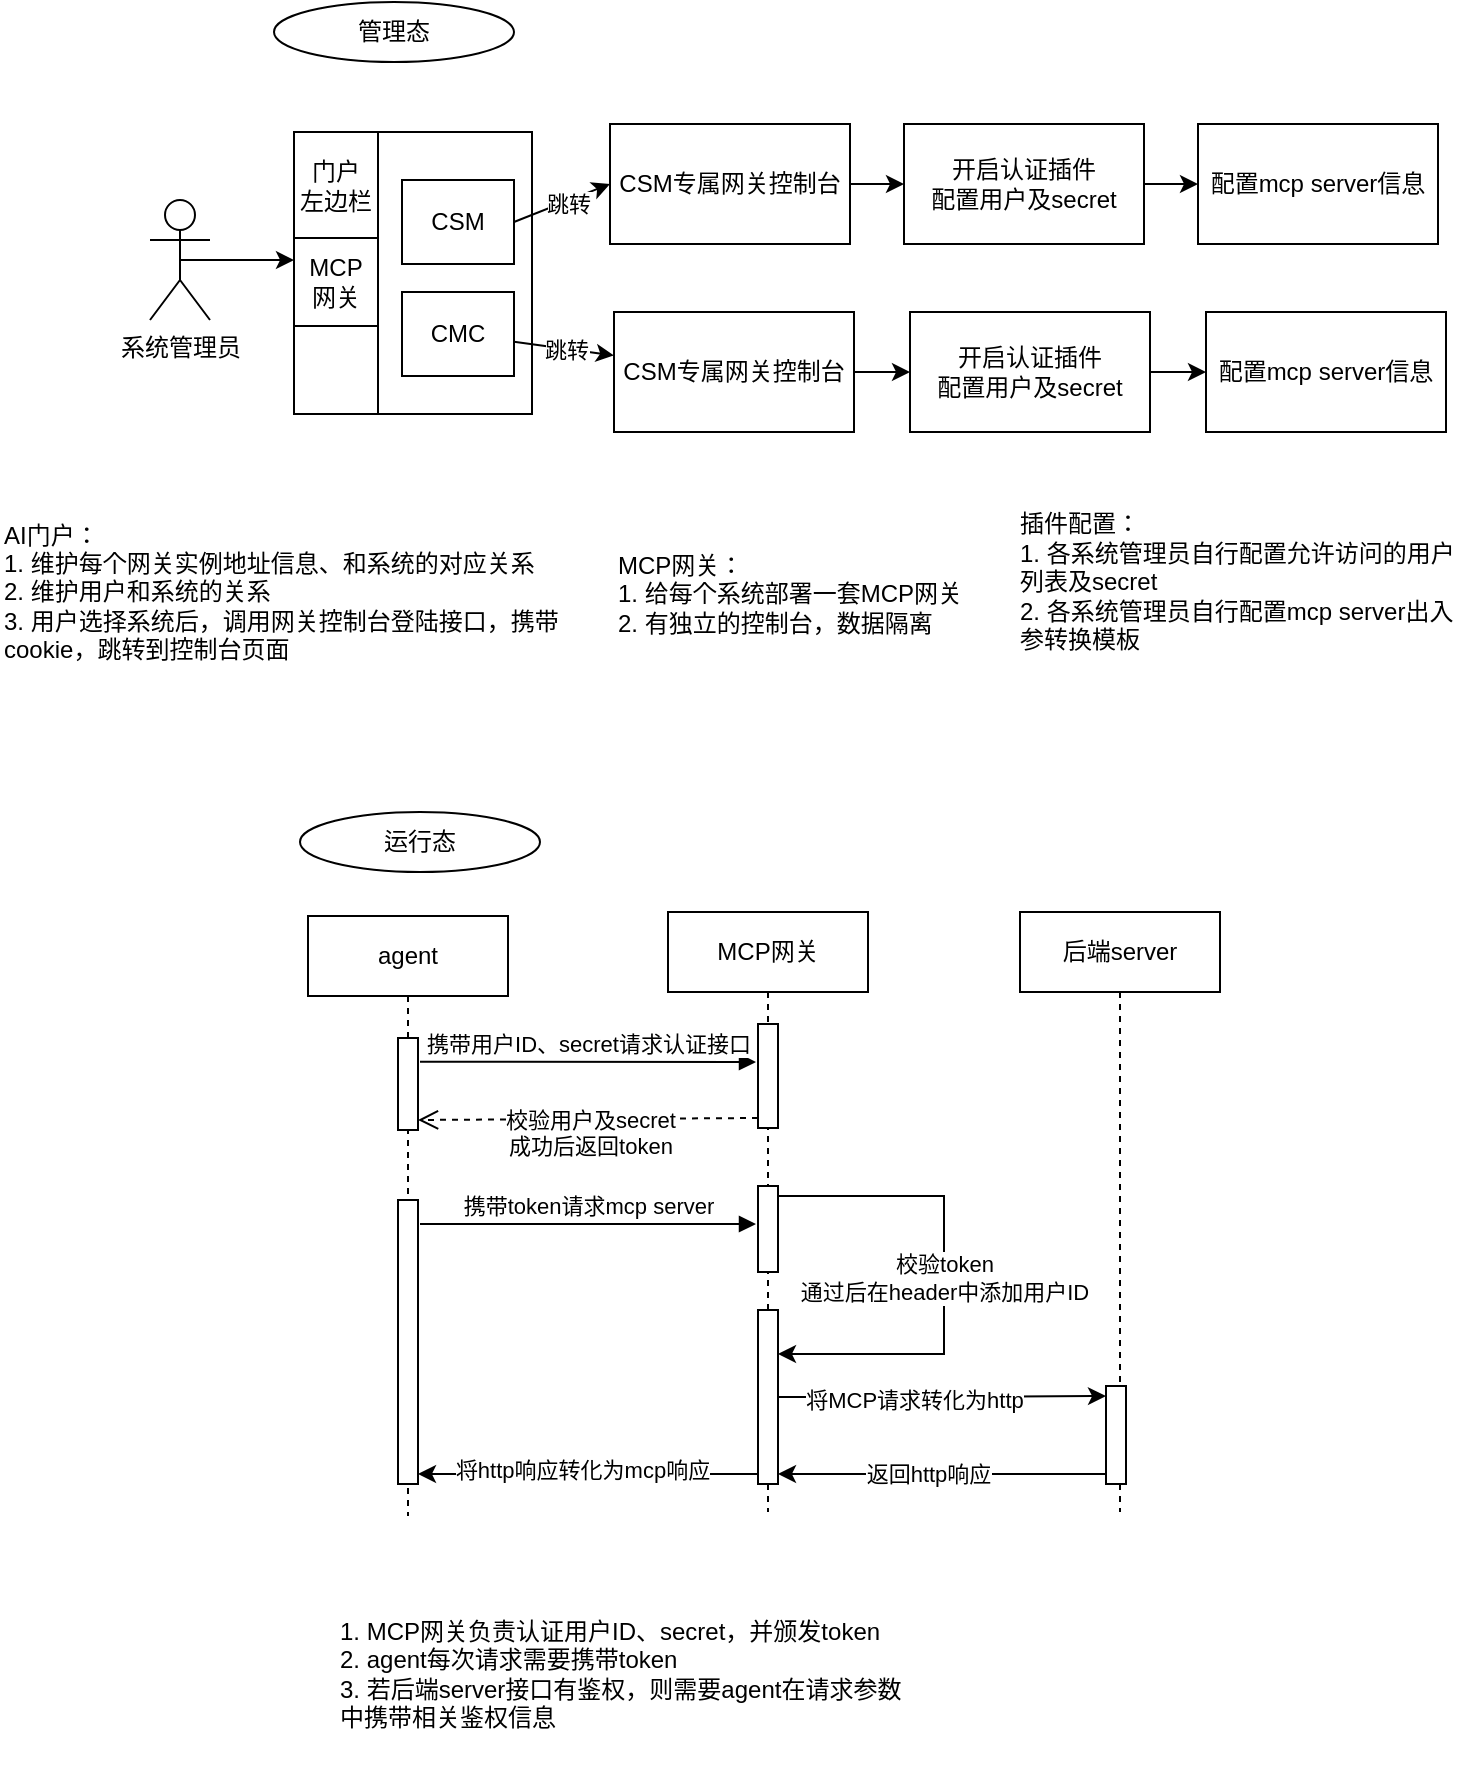
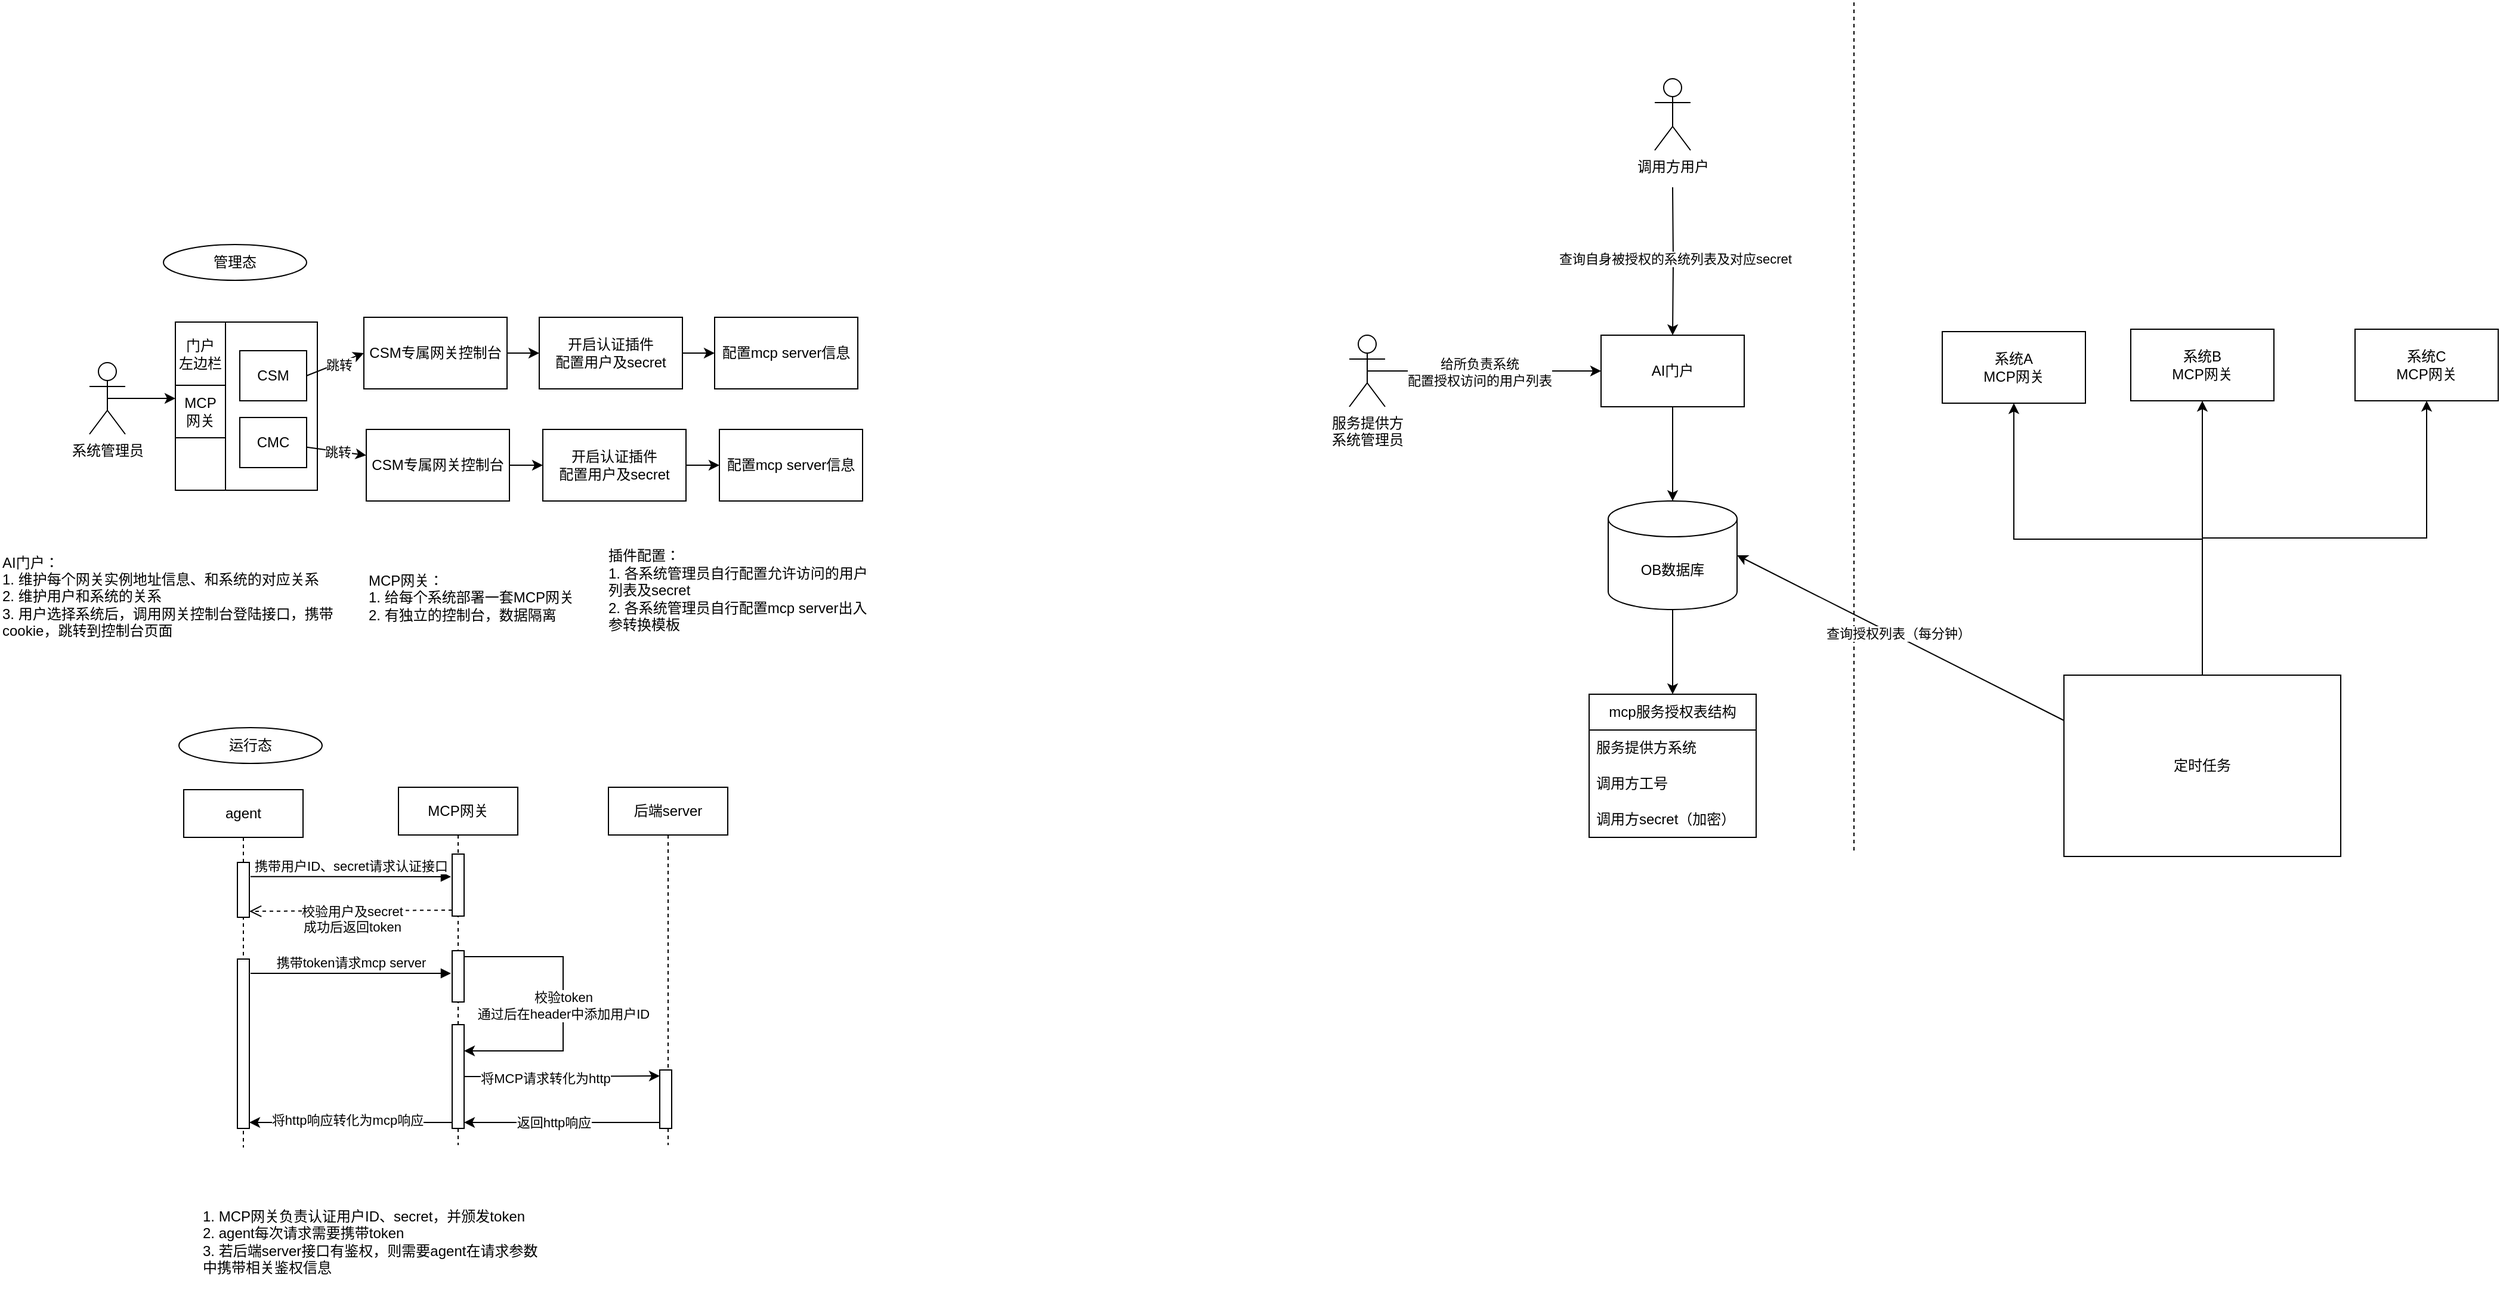
<mxfile host="app.diagrams.net">
  <diagram name="第 1 页" id="v2hsfRa7gXxFo1c_jMZc">
-     <mxGraphModel dx="1334" dy="610" grid="0" gridSize="10" guides="1" tooltips="1" connect="1" arrows="1" fold="1" page="0" pageScale="1" pageWidth="827" pageHeight="1169" math="0" shadow="0">
+     <mxGraphModel dx="1645" dy="1213" grid="0" gridSize="10" guides="1" tooltips="1" connect="1" arrows="1" fold="1" page="0" pageScale="1" pageWidth="827" pageHeight="1169" math="0" shadow="0">
      <root>
        <mxCell id="0" />
        <mxCell id="1" parent="0" />
        <mxCell id="Vr7ZYQnQsq7QcT0ujrnK-1" parent="1" style="rounded=0;whiteSpace=wrap;html=1;" value="" vertex="1">
          <mxGeometry height="141" width="119" x="58" y="104" as="geometry" />
        </mxCell>
        <mxCell id="Vr7ZYQnQsq7QcT0ujrnK-2" parent="1" style="rounded=0;whiteSpace=wrap;html=1;" value="" vertex="1">
          <mxGeometry height="141" width="42" x="58" y="104" as="geometry" />
        </mxCell>
        <mxCell id="Vr7ZYQnQsq7QcT0ujrnK-4" parent="1" style="rounded=0;whiteSpace=wrap;html=1;" value="MCP&lt;div&gt;网关&lt;/div&gt;" vertex="1">
          <mxGeometry height="44" width="42" x="58" y="157" as="geometry" />
        </mxCell>
        <mxCell id="Vr7ZYQnQsq7QcT0ujrnK-5" parent="1" style="rounded=0;whiteSpace=wrap;html=1;" value="门户&lt;div&gt;左边栏&lt;/div&gt;" vertex="1">
          <mxGeometry height="53" width="42" x="58" y="104" as="geometry" />
        </mxCell>
        <mxCell id="Vr7ZYQnQsq7QcT0ujrnK-9" edge="1" parent="1" source="Vr7ZYQnQsq7QcT0ujrnK-6" style="rounded=0;orthogonalLoop=1;jettySize=auto;html=1;exitX=1;exitY=0.5;exitDx=0;exitDy=0;entryX=0;entryY=0.5;entryDx=0;entryDy=0;" target="Vr7ZYQnQsq7QcT0ujrnK-8">
          <mxGeometry relative="1" as="geometry" />
        </mxCell>
        <mxCell id="Vr7ZYQnQsq7QcT0ujrnK-12" connectable="0" parent="Vr7ZYQnQsq7QcT0ujrnK-9" style="edgeLabel;html=1;align=center;verticalAlign=middle;resizable=0;points=[];" value="跳转" vertex="1">
          <mxGeometry relative="1" x="0.0797" y="-1" as="geometry">
            <mxPoint as="offset" />
          </mxGeometry>
        </mxCell>
        <mxCell id="Vr7ZYQnQsq7QcT0ujrnK-6" parent="1" style="rounded=0;whiteSpace=wrap;html=1;" value="CSM" vertex="1">
          <mxGeometry height="42" width="56" x="112" y="128" as="geometry" />
        </mxCell>
        <mxCell id="Vr7ZYQnQsq7QcT0ujrnK-11" edge="1" parent="1" source="Vr7ZYQnQsq7QcT0ujrnK-7" style="rounded=0;orthogonalLoop=1;jettySize=auto;html=1;" target="Vr7ZYQnQsq7QcT0ujrnK-10" value="">
          <mxGeometry relative="1" as="geometry" />
        </mxCell>
        <mxCell id="Vr7ZYQnQsq7QcT0ujrnK-13" connectable="0" parent="Vr7ZYQnQsq7QcT0ujrnK-11" style="edgeLabel;html=1;align=center;verticalAlign=middle;resizable=0;points=[];" value="跳转" vertex="1">
          <mxGeometry relative="1" x="0.0168" as="geometry">
            <mxPoint as="offset" />
          </mxGeometry>
        </mxCell>
        <mxCell id="Vr7ZYQnQsq7QcT0ujrnK-7" parent="1" style="rounded=0;whiteSpace=wrap;html=1;" value="CMC" vertex="1">
          <mxGeometry height="42" width="56" x="112" y="184" as="geometry" />
        </mxCell>
        <mxCell id="Vr7ZYQnQsq7QcT0ujrnK-15" edge="1" parent="1" source="Vr7ZYQnQsq7QcT0ujrnK-8" style="edgeStyle=orthogonalEdgeStyle;rounded=0;orthogonalLoop=1;jettySize=auto;html=1;" target="Vr7ZYQnQsq7QcT0ujrnK-14" value="">
          <mxGeometry relative="1" as="geometry" />
        </mxCell>
        <mxCell id="Vr7ZYQnQsq7QcT0ujrnK-8" parent="1" style="rounded=0;whiteSpace=wrap;html=1;" value="CSM专属网关控制台" vertex="1">
          <mxGeometry height="60" width="120" x="216" y="100" as="geometry" />
        </mxCell>
        <mxCell id="Vr7ZYQnQsq7QcT0ujrnK-17" edge="1" parent="1" source="Vr7ZYQnQsq7QcT0ujrnK-10" style="edgeStyle=orthogonalEdgeStyle;rounded=0;orthogonalLoop=1;jettySize=auto;html=1;" target="Vr7ZYQnQsq7QcT0ujrnK-16" value="">
          <mxGeometry relative="1" as="geometry" />
        </mxCell>
        <mxCell id="Vr7ZYQnQsq7QcT0ujrnK-10" parent="1" style="rounded=0;whiteSpace=wrap;html=1;" value="CSM专属网关控制台" vertex="1">
          <mxGeometry height="60" width="120" x="218" y="194" as="geometry" />
        </mxCell>
        <mxCell id="Vr7ZYQnQsq7QcT0ujrnK-43" edge="1" parent="1" source="Vr7ZYQnQsq7QcT0ujrnK-14" style="edgeStyle=orthogonalEdgeStyle;rounded=0;orthogonalLoop=1;jettySize=auto;html=1;" target="Vr7ZYQnQsq7QcT0ujrnK-42" value="">
          <mxGeometry relative="1" as="geometry" />
        </mxCell>
        <mxCell id="Vr7ZYQnQsq7QcT0ujrnK-14" parent="1" style="rounded=0;whiteSpace=wrap;html=1;" value="开启认证插件&lt;div&gt;配置用户及secret&lt;/div&gt;" vertex="1">
          <mxGeometry height="60" width="120" x="363" y="100" as="geometry" />
        </mxCell>
        <mxCell id="Vr7ZYQnQsq7QcT0ujrnK-45" edge="1" parent="1" source="Vr7ZYQnQsq7QcT0ujrnK-16" style="edgeStyle=orthogonalEdgeStyle;rounded=0;orthogonalLoop=1;jettySize=auto;html=1;" target="Vr7ZYQnQsq7QcT0ujrnK-44" value="">
          <mxGeometry relative="1" as="geometry" />
        </mxCell>
        <mxCell id="Vr7ZYQnQsq7QcT0ujrnK-16" parent="1" style="rounded=0;whiteSpace=wrap;html=1;" value="开启认证插件&lt;div&gt;配置用户及secret&lt;/div&gt;" vertex="1">
          <mxGeometry height="60" width="120" x="366" y="194" as="geometry" />
        </mxCell>
        <mxCell id="Vr7ZYQnQsq7QcT0ujrnK-18" parent="1" style="ellipse;whiteSpace=wrap;html=1;" value="管理态" vertex="1">
          <mxGeometry height="30" width="120" x="48" y="39" as="geometry" />
        </mxCell>
        <mxCell id="Vr7ZYQnQsq7QcT0ujrnK-19" parent="1" style="ellipse;whiteSpace=wrap;html=1;" value="运行态" vertex="1">
          <mxGeometry height="30" width="120" x="61" y="444" as="geometry" />
        </mxCell>
        <mxCell id="Vr7ZYQnQsq7QcT0ujrnK-20" parent="1" style="shape=umlLifeline;perimeter=lifelinePerimeter;whiteSpace=wrap;html=1;container=1;dropTarget=0;collapsible=0;recursiveResize=0;outlineConnect=0;portConstraint=eastwest;newEdgeStyle={&quot;curved&quot;:0,&quot;rounded&quot;:0};" value="agent" vertex="1">
          <mxGeometry height="300" width="100" x="65" y="496" as="geometry" />
        </mxCell>
        <mxCell id="Vr7ZYQnQsq7QcT0ujrnK-26" parent="Vr7ZYQnQsq7QcT0ujrnK-20" style="html=1;points=[[0,0,0,0,5],[0,1,0,0,-5],[1,0,0,0,5],[1,1,0,0,-5]];perimeter=orthogonalPerimeter;outlineConnect=0;targetShapes=umlLifeline;portConstraint=eastwest;newEdgeStyle={&quot;curved&quot;:0,&quot;rounded&quot;:0};" value="" vertex="1">
          <mxGeometry height="46" width="10" x="45" y="61" as="geometry" />
        </mxCell>
        <mxCell id="Vr7ZYQnQsq7QcT0ujrnK-21" parent="1" style="shape=umlLifeline;perimeter=lifelinePerimeter;whiteSpace=wrap;html=1;container=1;dropTarget=0;collapsible=0;recursiveResize=0;outlineConnect=0;portConstraint=eastwest;newEdgeStyle={&quot;curved&quot;:0,&quot;rounded&quot;:0};" value="MCP网关" vertex="1">
          <mxGeometry height="300" width="100" x="245" y="494" as="geometry" />
        </mxCell>
        <mxCell id="Vr7ZYQnQsq7QcT0ujrnK-23" parent="Vr7ZYQnQsq7QcT0ujrnK-21" style="html=1;points=[[0,0,0,0,5],[0,1,0,0,-5],[1,0,0,0,5],[1,1,0,0,-5]];perimeter=orthogonalPerimeter;outlineConnect=0;targetShapes=umlLifeline;portConstraint=eastwest;newEdgeStyle={&quot;curved&quot;:0,&quot;rounded&quot;:0};" value="" vertex="1">
          <mxGeometry height="52" width="10" x="45" y="56" as="geometry" />
        </mxCell>
        <mxCell id="Vr7ZYQnQsq7QcT0ujrnK-31" edge="1" parent="Vr7ZYQnQsq7QcT0ujrnK-21" source="Vr7ZYQnQsq7QcT0ujrnK-28" style="edgeStyle=orthogonalEdgeStyle;rounded=0;orthogonalLoop=1;jettySize=auto;html=1;curved=0;exitX=1;exitY=0;exitDx=0;exitDy=5;exitPerimeter=0;" target="Vr7ZYQnQsq7QcT0ujrnK-30">
          <mxGeometry relative="1" as="geometry">
            <Array as="points">
              <mxPoint x="138" y="142" />
              <mxPoint x="138" y="221" />
            </Array>
          </mxGeometry>
        </mxCell>
        <mxCell id="Vr7ZYQnQsq7QcT0ujrnK-32" connectable="0" parent="Vr7ZYQnQsq7QcT0ujrnK-31" style="edgeLabel;html=1;align=center;verticalAlign=middle;resizable=0;points=[];" value="校验token&lt;div&gt;通过后在header中添加用户ID&lt;/div&gt;" vertex="1">
          <mxGeometry relative="1" x="-0.2068" y="1" as="geometry">
            <mxPoint x="-1" y="27" as="offset" />
          </mxGeometry>
        </mxCell>
        <mxCell id="Vr7ZYQnQsq7QcT0ujrnK-28" parent="Vr7ZYQnQsq7QcT0ujrnK-21" style="html=1;points=[[0,0,0,0,5],[0,1,0,0,-5],[1,0,0,0,5],[1,1,0,0,-5]];perimeter=orthogonalPerimeter;outlineConnect=0;targetShapes=umlLifeline;portConstraint=eastwest;newEdgeStyle={&quot;curved&quot;:0,&quot;rounded&quot;:0};" value="" vertex="1">
          <mxGeometry height="43" width="10" x="45" y="137" as="geometry" />
        </mxCell>
        <mxCell id="Vr7ZYQnQsq7QcT0ujrnK-27" parent="Vr7ZYQnQsq7QcT0ujrnK-21" style="html=1;points=[[0,0,0,0,5],[0,1,0,0,-5],[1,0,0,0,5],[1,1,0,0,-5]];perimeter=orthogonalPerimeter;outlineConnect=0;targetShapes=umlLifeline;portConstraint=eastwest;newEdgeStyle={&quot;curved&quot;:0,&quot;rounded&quot;:0};" value="" vertex="1">
          <mxGeometry height="142" width="10" x="-135" y="144" as="geometry" />
        </mxCell>
        <mxCell id="Vr7ZYQnQsq7QcT0ujrnK-29" edge="1" parent="Vr7ZYQnQsq7QcT0ujrnK-21" style="html=1;verticalAlign=bottom;endArrow=block;curved=0;rounded=0;exitX=0.56;exitY=0.243;exitDx=0;exitDy=0;exitPerimeter=0;" value="携带token请求mcp server">
          <mxGeometry relative="1" as="geometry">
            <mxPoint x="-124" y="156" as="sourcePoint" />
            <mxPoint x="44" y="156" as="targetPoint" />
          </mxGeometry>
        </mxCell>
        <mxCell id="Vr7ZYQnQsq7QcT0ujrnK-30" parent="Vr7ZYQnQsq7QcT0ujrnK-21" style="html=1;points=[[0,0,0,0,5],[0,1,0,0,-5],[1,0,0,0,5],[1,1,0,0,-5]];perimeter=orthogonalPerimeter;outlineConnect=0;targetShapes=umlLifeline;portConstraint=eastwest;newEdgeStyle={&quot;curved&quot;:0,&quot;rounded&quot;:0};" value="" vertex="1">
          <mxGeometry height="87" width="10" x="45" y="199" as="geometry" />
        </mxCell>
        <mxCell id="Vr7ZYQnQsq7QcT0ujrnK-39" edge="1" parent="Vr7ZYQnQsq7QcT0ujrnK-21" source="Vr7ZYQnQsq7QcT0ujrnK-30" style="edgeStyle=orthogonalEdgeStyle;rounded=0;orthogonalLoop=1;jettySize=auto;html=1;curved=0;exitX=0;exitY=1;exitDx=0;exitDy=-5;exitPerimeter=0;entryX=1;entryY=1;entryDx=0;entryDy=-5;entryPerimeter=0;" target="Vr7ZYQnQsq7QcT0ujrnK-27">
          <mxGeometry relative="1" as="geometry" />
        </mxCell>
        <mxCell id="Vr7ZYQnQsq7QcT0ujrnK-41" connectable="0" parent="Vr7ZYQnQsq7QcT0ujrnK-39" style="edgeLabel;html=1;align=center;verticalAlign=middle;resizable=0;points=[];" value="将http响应转化为mcp响应" vertex="1">
          <mxGeometry relative="1" x="0.0353" y="-2" as="geometry">
            <mxPoint as="offset" />
          </mxGeometry>
        </mxCell>
        <mxCell id="Vr7ZYQnQsq7QcT0ujrnK-22" parent="1" style="shape=umlLifeline;perimeter=lifelinePerimeter;whiteSpace=wrap;html=1;container=1;dropTarget=0;collapsible=0;recursiveResize=0;outlineConnect=0;portConstraint=eastwest;newEdgeStyle={&quot;curved&quot;:0,&quot;rounded&quot;:0};" value="后端server" vertex="1">
          <mxGeometry height="300" width="100" x="421" y="494" as="geometry" />
        </mxCell>
        <mxCell id="Vr7ZYQnQsq7QcT0ujrnK-33" parent="Vr7ZYQnQsq7QcT0ujrnK-22" style="html=1;points=[[0,0,0,0,5],[0,1,0,0,-5],[1,0,0,0,5],[1,1,0,0,-5]];perimeter=orthogonalPerimeter;outlineConnect=0;targetShapes=umlLifeline;portConstraint=eastwest;newEdgeStyle={&quot;curved&quot;:0,&quot;rounded&quot;:0};" value="" vertex="1">
          <mxGeometry height="49" width="10" x="43" y="237" as="geometry" />
        </mxCell>
        <mxCell id="Vr7ZYQnQsq7QcT0ujrnK-24" edge="1" parent="1" source="Vr7ZYQnQsq7QcT0ujrnK-20" style="html=1;verticalAlign=bottom;endArrow=block;curved=0;rounded=0;exitX=0.56;exitY=0.243;exitDx=0;exitDy=0;exitPerimeter=0;" value="携带用户ID、secret请求认证接口">
          <mxGeometry relative="1" as="geometry">
            <mxPoint x="121" y="574" as="sourcePoint" />
            <mxPoint x="289" y="569" as="targetPoint" />
          </mxGeometry>
        </mxCell>
        <mxCell id="Vr7ZYQnQsq7QcT0ujrnK-35" edge="1" parent="1" source="Vr7ZYQnQsq7QcT0ujrnK-23" style="html=1;verticalAlign=bottom;endArrow=open;dashed=1;endSize=8;curved=0;rounded=0;exitX=0;exitY=1;exitDx=0;exitDy=-5;exitPerimeter=0;entryX=1;entryY=1;entryDx=0;entryDy=-5;entryPerimeter=0;" target="Vr7ZYQnQsq7QcT0ujrnK-26" value="校验用户及secret&lt;div&gt;成功后返回token&lt;/div&gt;">
          <mxGeometry relative="1" x="-0.0102" y="23" as="geometry">
            <mxPoint as="offset" />
            <mxPoint x="266" y="592" as="sourcePoint" />
            <mxPoint x="198" y="595" as="targetPoint" />
          </mxGeometry>
        </mxCell>
        <mxCell id="Vr7ZYQnQsq7QcT0ujrnK-36" edge="1" parent="1" source="Vr7ZYQnQsq7QcT0ujrnK-30" style="edgeStyle=orthogonalEdgeStyle;rounded=0;orthogonalLoop=1;jettySize=auto;html=1;curved=0;entryX=0;entryY=0;entryDx=0;entryDy=5;entryPerimeter=0;" target="Vr7ZYQnQsq7QcT0ujrnK-33">
          <mxGeometry relative="1" as="geometry" />
        </mxCell>
        <mxCell id="Vr7ZYQnQsq7QcT0ujrnK-37" connectable="0" parent="Vr7ZYQnQsq7QcT0ujrnK-36" style="edgeLabel;html=1;align=center;verticalAlign=middle;resizable=0;points=[];" value="将MCP请求转化为http" vertex="1">
          <mxGeometry relative="1" x="-0.1733" as="geometry">
            <mxPoint y="1" as="offset" />
          </mxGeometry>
        </mxCell>
        <mxCell id="Vr7ZYQnQsq7QcT0ujrnK-38" edge="1" parent="1" source="Vr7ZYQnQsq7QcT0ujrnK-33" style="edgeStyle=orthogonalEdgeStyle;rounded=0;orthogonalLoop=1;jettySize=auto;html=1;curved=0;exitX=0;exitY=1;exitDx=0;exitDy=-5;exitPerimeter=0;entryX=1;entryY=1;entryDx=0;entryDy=-5;entryPerimeter=0;" target="Vr7ZYQnQsq7QcT0ujrnK-30">
          <mxGeometry relative="1" as="geometry" />
        </mxCell>
        <mxCell id="Vr7ZYQnQsq7QcT0ujrnK-40" connectable="0" parent="Vr7ZYQnQsq7QcT0ujrnK-38" style="edgeLabel;html=1;align=center;verticalAlign=middle;resizable=0;points=[];" value="返回http响应" vertex="1">
          <mxGeometry relative="1" x="0.0854" as="geometry">
            <mxPoint as="offset" />
          </mxGeometry>
        </mxCell>
        <mxCell id="Vr7ZYQnQsq7QcT0ujrnK-42" parent="1" style="rounded=0;whiteSpace=wrap;html=1;" value="配置mcp server信息" vertex="1">
          <mxGeometry height="60" width="120" x="510" y="100" as="geometry" />
        </mxCell>
        <mxCell id="Vr7ZYQnQsq7QcT0ujrnK-44" parent="1" style="rounded=0;whiteSpace=wrap;html=1;" value="配置mcp server信息" vertex="1">
          <mxGeometry height="60" width="120" x="514" y="194" as="geometry" />
        </mxCell>
        <mxCell id="Vr7ZYQnQsq7QcT0ujrnK-47" parent="1" style="text;html=1;whiteSpace=wrap;strokeColor=none;fillColor=none;align=left;verticalAlign=middle;rounded=0;" value="AI门户：&lt;div&gt;1. 维护每个网关实例地址信息、和系统的对应关系&lt;/div&gt;&lt;div&gt;2. 维护用户和系统的关系&lt;/div&gt;&lt;div&gt;3. 用户选择系统后，调用网关控制台登陆接口，携带cookie，跳转到控制台页面&lt;/div&gt;" vertex="1">
          <mxGeometry height="124" width="280" x="-89" y="272" as="geometry" />
        </mxCell>
        <mxCell id="Vr7ZYQnQsq7QcT0ujrnK-48" parent="1" style="text;html=1;whiteSpace=wrap;strokeColor=none;fillColor=none;align=left;verticalAlign=middle;rounded=0;" value="1. MCP网关负责认证用户ID、secret，并颁发token&lt;br&gt;2. agent每次请求需要携带token&lt;br&gt;&lt;div&gt;3. 若后端server接口有鉴权，则需要agent在请求参数中携带相关鉴权信息&lt;/div&gt;" vertex="1">
          <mxGeometry height="95" width="287" x="79" y="827" as="geometry" />
        </mxCell>
        <mxCell id="Vr7ZYQnQsq7QcT0ujrnK-49" parent="1" style="text;html=1;whiteSpace=wrap;strokeColor=none;fillColor=none;align=left;verticalAlign=middle;rounded=0;" value="MCP网关：&lt;div&gt;1. 给每个系统部署一套MCP网关&lt;/div&gt;&lt;div&gt;2. 有独立的控制台，数据隔离&lt;/div&gt;&lt;div&gt;&lt;br&gt;&lt;/div&gt;" vertex="1">
          <mxGeometry height="124" width="178" x="218" y="280" as="geometry" />
        </mxCell>
        <mxCell id="Vr7ZYQnQsq7QcT0ujrnK-53" edge="1" parent="1" source="Vr7ZYQnQsq7QcT0ujrnK-50" style="edgeStyle=orthogonalEdgeStyle;rounded=0;orthogonalLoop=1;jettySize=auto;html=1;exitX=0.5;exitY=0.5;exitDx=0;exitDy=0;exitPerimeter=0;entryX=0;entryY=0.25;entryDx=0;entryDy=0;" target="Vr7ZYQnQsq7QcT0ujrnK-4">
          <mxGeometry relative="1" as="geometry" />
        </mxCell>
        <mxCell id="Vr7ZYQnQsq7QcT0ujrnK-50" parent="1" style="shape=umlActor;verticalLabelPosition=bottom;verticalAlign=top;html=1;outlineConnect=0;" value="系统管理员" vertex="1">
          <mxGeometry height="60" width="30" x="-14" y="138" as="geometry" />
        </mxCell>
        <mxCell id="Vr7ZYQnQsq7QcT0ujrnK-54" parent="1" style="text;html=1;whiteSpace=wrap;strokeColor=none;fillColor=none;align=left;verticalAlign=middle;rounded=0;" value="插件配置：&lt;div&gt;1. 各系统管理员自行配置允许访问的用户列表及secret&lt;/div&gt;&lt;div&gt;2.&amp;nbsp;&lt;span style=&quot;background-color: transparent; color: light-dark(rgb(0, 0, 0), rgb(255, 255, 255));&quot;&gt;各系统管理员自行配置mcp server出入参转换模板&lt;/span&gt;&lt;/div&gt;&lt;div&gt;&lt;br&gt;&lt;/div&gt;" vertex="1">
          <mxGeometry height="124" width="228" x="419" y="274" as="geometry" />
        </mxCell>
+         <mxCell id="Vr7ZYQnQsq7QcT0ujrnK-63" edge="1" parent="1" source="Vr7ZYQnQsq7QcT0ujrnK-55" style="edgeStyle=orthogonalEdgeStyle;rounded=0;orthogonalLoop=1;jettySize=auto;html=1;" target="Vr7ZYQnQsq7QcT0ujrnK-62" value="">
+           <mxGeometry relative="1" as="geometry" />
+         </mxCell>
+         <mxCell id="Vr7ZYQnQsq7QcT0ujrnK-55" parent="1" style="rounded=0;whiteSpace=wrap;html=1;" value="AI门户" vertex="1">
+           <mxGeometry height="60" width="120" x="1253" y="115" as="geometry" />
+         </mxCell>
+         <mxCell id="Vr7ZYQnQsq7QcT0ujrnK-60" edge="1" parent="1" source="Vr7ZYQnQsq7QcT0ujrnK-56" style="edgeStyle=orthogonalEdgeStyle;rounded=0;orthogonalLoop=1;jettySize=auto;html=1;exitX=0.5;exitY=0.5;exitDx=0;exitDy=0;exitPerimeter=0;" target="Vr7ZYQnQsq7QcT0ujrnK-55">
+           <mxGeometry relative="1" as="geometry" />
+         </mxCell>
+         <mxCell id="Vr7ZYQnQsq7QcT0ujrnK-61" connectable="0" parent="Vr7ZYQnQsq7QcT0ujrnK-60" style="edgeLabel;html=1;align=center;verticalAlign=middle;resizable=0;points=[];" value="给所负责系统&lt;div&gt;配置授权访问的用户列表&lt;/div&gt;" vertex="1">
+           <mxGeometry relative="1" x="-0.0388" y="-1" as="geometry">
+             <mxPoint as="offset" />
+           </mxGeometry>
+         </mxCell>
+         <mxCell id="Vr7ZYQnQsq7QcT0ujrnK-56" parent="1" style="shape=umlActor;verticalLabelPosition=bottom;verticalAlign=top;html=1;outlineConnect=0;" value="服务提供方&lt;div&gt;系统管理员&lt;/div&gt;" vertex="1">
+           <mxGeometry height="60" width="30" x="1042" y="115" as="geometry" />
+         </mxCell>
+         <mxCell id="Vr7ZYQnQsq7QcT0ujrnK-68" edge="1" parent="1" source="Vr7ZYQnQsq7QcT0ujrnK-62" style="edgeStyle=orthogonalEdgeStyle;rounded=0;orthogonalLoop=1;jettySize=auto;html=1;entryX=0.5;entryY=0;entryDx=0;entryDy=0;" target="Vr7ZYQnQsq7QcT0ujrnK-64" value="">
+           <mxGeometry relative="1" as="geometry" />
+         </mxCell>
+         <mxCell id="Vr7ZYQnQsq7QcT0ujrnK-62" parent="1" style="shape=cylinder3;whiteSpace=wrap;html=1;boundedLbl=1;backgroundOutline=1;size=15;" value="OB数据库" vertex="1">
+           <mxGeometry height="91" width="108" x="1259" y="254" as="geometry" />
+         </mxCell>
+         <mxCell id="Vr7ZYQnQsq7QcT0ujrnK-64" parent="1" style="swimlane;fontStyle=0;childLayout=stackLayout;horizontal=1;startSize=30;horizontalStack=0;resizeParent=1;resizeParentMax=0;resizeLast=0;collapsible=1;marginBottom=0;whiteSpace=wrap;html=1;" value="mcp服务授权表结构" vertex="1">
+           <mxGeometry height="120" width="140" x="1243" y="416" as="geometry" />
+         </mxCell>
+         <mxCell id="Vr7ZYQnQsq7QcT0ujrnK-65" parent="Vr7ZYQnQsq7QcT0ujrnK-64" style="text;strokeColor=none;fillColor=none;align=left;verticalAlign=middle;spacingLeft=4;spacingRight=4;overflow=hidden;points=[[0,0.5],[1,0.5]];portConstraint=eastwest;rotatable=0;whiteSpace=wrap;html=1;" value="服务提供方系统" vertex="1">
+           <mxGeometry height="30" width="140" y="30" as="geometry" />
+         </mxCell>
+         <mxCell id="Vr7ZYQnQsq7QcT0ujrnK-66" parent="Vr7ZYQnQsq7QcT0ujrnK-64" style="text;strokeColor=none;fillColor=none;align=left;verticalAlign=middle;spacingLeft=4;spacingRight=4;overflow=hidden;points=[[0,0.5],[1,0.5]];portConstraint=eastwest;rotatable=0;whiteSpace=wrap;html=1;" value="调用方工号" vertex="1">
+           <mxGeometry height="30" width="140" y="60" as="geometry" />
+         </mxCell>
+         <mxCell id="Vr7ZYQnQsq7QcT0ujrnK-67" parent="Vr7ZYQnQsq7QcT0ujrnK-64" style="text;strokeColor=none;fillColor=none;align=left;verticalAlign=middle;spacingLeft=4;spacingRight=4;overflow=hidden;points=[[0,0.5],[1,0.5]];portConstraint=eastwest;rotatable=0;whiteSpace=wrap;html=1;" value="调用方secret（加密）" vertex="1">
+           <mxGeometry height="30" width="140" y="90" as="geometry" />
+         </mxCell>
+         <mxCell id="Vr7ZYQnQsq7QcT0ujrnK-81" edge="1" parent="1" source="Vr7ZYQnQsq7QcT0ujrnK-69" style="edgeStyle=orthogonalEdgeStyle;rounded=0;orthogonalLoop=1;jettySize=auto;html=1;exitX=0.5;exitY=0;exitDx=0;exitDy=0;entryX=0.5;entryY=1;entryDx=0;entryDy=0;" target="Vr7ZYQnQsq7QcT0ujrnK-70">
+           <mxGeometry relative="1" as="geometry" />
+         </mxCell>
+         <mxCell id="Vr7ZYQnQsq7QcT0ujrnK-82" edge="1" parent="1" source="Vr7ZYQnQsq7QcT0ujrnK-69" style="edgeStyle=orthogonalEdgeStyle;rounded=0;orthogonalLoop=1;jettySize=auto;html=1;exitX=0.5;exitY=0;exitDx=0;exitDy=0;" target="Vr7ZYQnQsq7QcT0ujrnK-78">
+           <mxGeometry relative="1" as="geometry" />
+         </mxCell>
+         <mxCell id="Vr7ZYQnQsq7QcT0ujrnK-83" edge="1" parent="1" source="Vr7ZYQnQsq7QcT0ujrnK-69" style="edgeStyle=orthogonalEdgeStyle;rounded=0;orthogonalLoop=1;jettySize=auto;html=1;exitX=0.5;exitY=0;exitDx=0;exitDy=0;entryX=0.5;entryY=1;entryDx=0;entryDy=0;" target="Vr7ZYQnQsq7QcT0ujrnK-79">
+           <mxGeometry relative="1" as="geometry" />
+         </mxCell>
+         <mxCell id="Vr7ZYQnQsq7QcT0ujrnK-69" parent="1" style="rounded=0;whiteSpace=wrap;html=1;" value="定时任务" vertex="1">
+           <mxGeometry height="152" width="232" x="1641" y="400" as="geometry" />
+         </mxCell>
+         <mxCell id="Vr7ZYQnQsq7QcT0ujrnK-70" parent="1" style="rounded=0;whiteSpace=wrap;html=1;" value="系统A&lt;div&gt;MCP网关&lt;/div&gt;" vertex="1">
+           <mxGeometry height="60" width="120" x="1539" y="112" as="geometry" />
+         </mxCell>
+         <mxCell id="Vr7ZYQnQsq7QcT0ujrnK-74" edge="1" parent="1" style="edgeStyle=orthogonalEdgeStyle;rounded=0;orthogonalLoop=1;jettySize=auto;html=1;entryX=0.5;entryY=0;entryDx=0;entryDy=0;" target="Vr7ZYQnQsq7QcT0ujrnK-55" value="">
+           <mxGeometry relative="1" as="geometry">
+             <mxPoint x="1313" y="-9" as="sourcePoint" />
+             <mxPoint x="1313" y="40" as="targetPoint" />
+           </mxGeometry>
+         </mxCell>
+         <mxCell id="Vr7ZYQnQsq7QcT0ujrnK-75" connectable="0" parent="Vr7ZYQnQsq7QcT0ujrnK-74" style="edgeLabel;html=1;align=center;verticalAlign=middle;resizable=0;points=[];" value="查询自身被授权的系统列表及对应secret" vertex="1">
+           <mxGeometry relative="1" x="-0.0323" y="1" as="geometry">
+             <mxPoint as="offset" />
+           </mxGeometry>
+         </mxCell>
+         <mxCell id="Vr7ZYQnQsq7QcT0ujrnK-72" parent="1" style="shape=umlActor;verticalLabelPosition=bottom;verticalAlign=top;html=1;outlineConnect=0;" value="调用方用户" vertex="1">
+           <mxGeometry height="60" width="30" x="1298" y="-100" as="geometry" />
+         </mxCell>
+         <mxCell id="Vr7ZYQnQsq7QcT0ujrnK-76" edge="1" parent="1" style="endArrow=none;dashed=1;html=1;rounded=0;" value="">
+           <mxGeometry height="50" relative="1" width="50" as="geometry">
+             <mxPoint x="1465" y="547" as="sourcePoint" />
+             <mxPoint x="1465" y="-165" as="targetPoint" />
+           </mxGeometry>
+         </mxCell>
+         <mxCell id="Vr7ZYQnQsq7QcT0ujrnK-78" parent="1" style="rounded=0;whiteSpace=wrap;html=1;" value="系统B&lt;div&gt;MCP网关&lt;/div&gt;" vertex="1">
+           <mxGeometry height="60" width="120" x="1697" y="110" as="geometry" />
+         </mxCell>
+         <mxCell id="Vr7ZYQnQsq7QcT0ujrnK-79" parent="1" style="rounded=0;whiteSpace=wrap;html=1;" value="系统C&lt;div&gt;MCP网关&lt;/div&gt;" vertex="1">
+           <mxGeometry height="60" width="120" x="1885" y="110" as="geometry" />
+         </mxCell>
+         <mxCell id="Vr7ZYQnQsq7QcT0ujrnK-80" edge="1" parent="1" source="Vr7ZYQnQsq7QcT0ujrnK-69" style="rounded=0;orthogonalLoop=1;jettySize=auto;html=1;exitX=0;exitY=0.25;exitDx=0;exitDy=0;entryX=1;entryY=0.5;entryDx=0;entryDy=0;entryPerimeter=0;" target="Vr7ZYQnQsq7QcT0ujrnK-62">
+           <mxGeometry relative="1" as="geometry" />
+         </mxCell>
+         <mxCell id="Vr7ZYQnQsq7QcT0ujrnK-84" connectable="0" parent="Vr7ZYQnQsq7QcT0ujrnK-80" style="edgeLabel;html=1;align=center;verticalAlign=middle;resizable=0;points=[];" value="查询授权列表（每分钟）" vertex="1">
+           <mxGeometry relative="1" x="0.0227" y="-3" as="geometry">
+             <mxPoint as="offset" />
+           </mxGeometry>
+         </mxCell>
      </root>
    </mxGraphModel>
  </diagram>
</mxfile>
